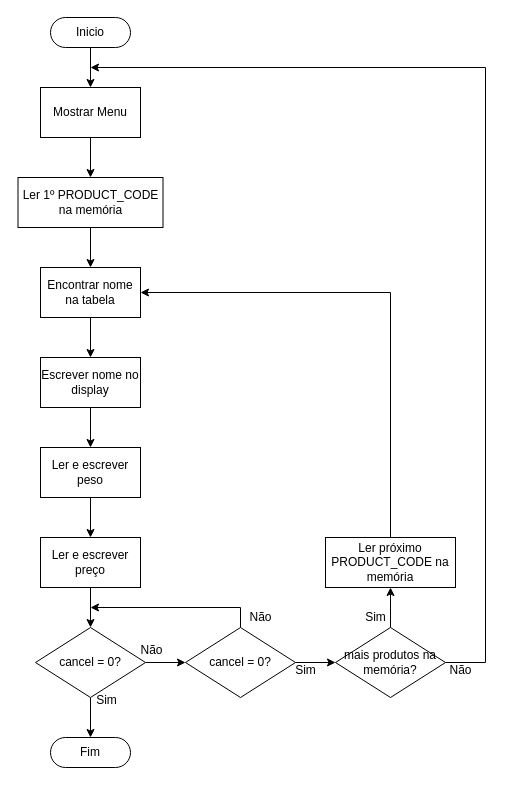
Earlier version of the draw.io diagram History_SubRoutine.drawio (AFreitasHub/Weighing-Scale-System). Source tidied: cells renumbered, new cells numbered last; positions are measured from the earlier drawing's top-left corner, leaving out a move shared by most shapes. Both pictures are drawn from the tidied source at 100%, with x=0, y=0 at pixel (17, 17).
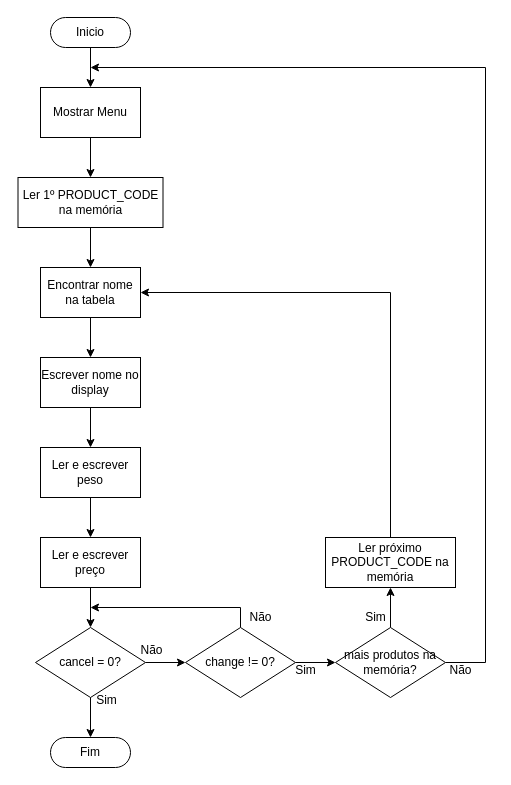
The same page after the edit.

The edit, as a diff of the source:
```diff
@@
-    <mxCell id="22" value="cancel = 0?" style="shape=rhombus;html=1;dashed=0;whiteSpace=wrap;perimeter=rhombusPerimeter;" parent="1" vertex="1">
+    <mxCell id="22" value="change != 0?" style="shape=rhombus;html=1;dashed=0;whiteSpace=wrap;perimeter=rhombusPerimeter;" parent="1" vertex="1">
       <mxGeometry x="168" y="610" width="110" height="70" as="geometry" />
     </mxCell>
```
